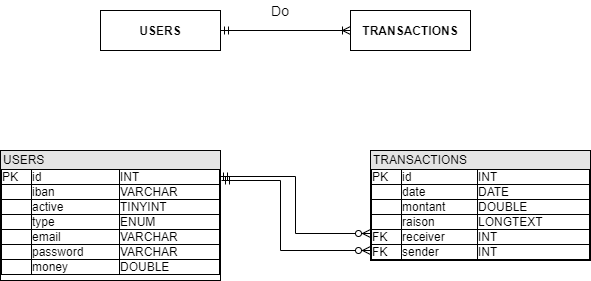
This is Base de donnée visuel/MLD - MCD.png from Jerome-JJT/ProjetBanque, a draw.io export, as it was before one commit. Source tidied: cells renumbered, new cells last; positions are measured from the earlier drawing's top-left corner, leaving out a move shared by most shapes.
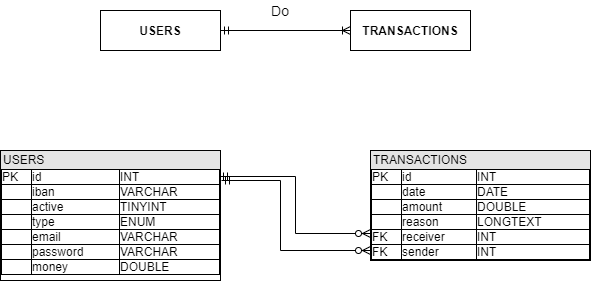
After the change.

Commit message:
MCD-MLD-english2

Diff of the diagram source:
```diff
@@ -17,7 +17,7 @@
     <mxCell id="6" value="&lt;font color=&quot;#000000&quot;&gt;TRANSACTIONS&lt;/font&gt;" style="rounded=0;whiteSpace=wrap;html=1;fillColor=#ffffff;fontStyle=1;strokeColor=#000000;" parent="1" vertex="1">
       <mxGeometry x="350" y="10" width="120" height="40" as="geometry" />
     </mxCell>
-    <mxCell id="7" value="&lt;div style=&quot;box-sizing: border-box ; width: 100% ; background: rgb(228 , 228 , 228) ; padding: 2px ; line-height: 120%&quot;&gt;TRANSACTIONS&lt;/div&gt;&lt;table style=&quot;width: 100% ; font-size: 1em ; border: 1px solid rgb(0 , 0 , 0) ; border-collapse: collapse&quot; cellpadding=&quot;0&quot; cellspacing=&quot;0&quot; border=&quot;1&quot;&gt;&lt;tbody&gt;&lt;tr&gt;&lt;td&gt;PK&lt;/td&gt;&lt;td&gt;id&lt;/td&gt;&lt;td&gt;INT&lt;/td&gt;&lt;/tr&gt;&lt;tr&gt;&lt;td&gt;&lt;br&gt;&lt;/td&gt;&lt;td&gt;date&lt;/td&gt;&lt;td&gt;DATE&lt;/td&gt;&lt;/tr&gt;&lt;tr&gt;&lt;td&gt;&lt;br&gt;&lt;/td&gt;&lt;td&gt;montant&lt;/td&gt;&lt;td&gt;DOUBLE&lt;/td&gt;&lt;/tr&gt;&lt;tr&gt;&lt;td&gt;&lt;br&gt;&lt;/td&gt;&lt;td&gt;raison&lt;/td&gt;&lt;td&gt;LONGTEXT&lt;/td&gt;&lt;/tr&gt;&lt;tr&gt;&lt;td&gt;FK&lt;/td&gt;&lt;td&gt;receiver&lt;/td&gt;&lt;td&gt;INT&lt;/td&gt;&lt;/tr&gt;&lt;tr&gt;&lt;td&gt;FK&lt;/td&gt;&lt;td&gt;sender&lt;/td&gt;&lt;td&gt;INT&lt;/td&gt;&lt;/tr&gt;&lt;/tbody&gt;&lt;/table&gt;" style="verticalAlign=top;align=left;overflow=fill;html=1;rounded=0;fillColor=#ffffff;comic=0;strokeColor=#000000;horizontal=1;fontFamily=Helvetica;spacing=0;" parent="1" vertex="1">
+    <mxCell id="7" value="&lt;div style=&quot;box-sizing: border-box ; width: 100% ; background: rgb(228 , 228 , 228) ; padding: 2px ; line-height: 120%&quot;&gt;TRANSACTIONS&lt;/div&gt;&lt;table style=&quot;width: 100% ; font-size: 1em ; border: 1px solid rgb(0 , 0 , 0) ; border-collapse: collapse&quot; cellpadding=&quot;0&quot; cellspacing=&quot;0&quot; border=&quot;1&quot;&gt;&lt;tbody&gt;&lt;tr&gt;&lt;td&gt;PK&lt;/td&gt;&lt;td&gt;id&lt;/td&gt;&lt;td&gt;INT&lt;/td&gt;&lt;/tr&gt;&lt;tr&gt;&lt;td&gt;&lt;br&gt;&lt;/td&gt;&lt;td&gt;date&lt;/td&gt;&lt;td&gt;DATE&lt;/td&gt;&lt;/tr&gt;&lt;tr&gt;&lt;td&gt;&lt;br&gt;&lt;/td&gt;&lt;td&gt;amount&lt;/td&gt;&lt;td&gt;DOUBLE&lt;/td&gt;&lt;/tr&gt;&lt;tr&gt;&lt;td&gt;&lt;br&gt;&lt;/td&gt;&lt;td&gt;reason&lt;/td&gt;&lt;td&gt;LONGTEXT&lt;/td&gt;&lt;/tr&gt;&lt;tr&gt;&lt;td&gt;FK&lt;/td&gt;&lt;td&gt;receiver&lt;/td&gt;&lt;td&gt;INT&lt;/td&gt;&lt;/tr&gt;&lt;tr&gt;&lt;td&gt;FK&lt;/td&gt;&lt;td&gt;sender&lt;/td&gt;&lt;td&gt;INT&lt;/td&gt;&lt;/tr&gt;&lt;/tbody&gt;&lt;/table&gt;" style="verticalAlign=top;align=left;overflow=fill;html=1;rounded=0;fillColor=#ffffff;comic=0;strokeColor=#000000;horizontal=1;fontFamily=Helvetica;spacing=0;" parent="1" vertex="1">
       <mxGeometry x="370" y="150" width="220" height="110" as="geometry" />
     </mxCell>
     <mxCell id="8" style="edgeStyle=orthogonalEdgeStyle;rounded=0;html=1;startArrow=ERmandOne;startFill=0;endArrow=ERzeroToMany;endFill=1;jettySize=auto;entryX=0;entryY=0.75;entryDx=0;entryDy=0;exitX=0.995;exitY=0.197;exitDx=0;exitDy=0;exitPerimeter=0;" parent="1" edge="1" source="5" target="7">
```
